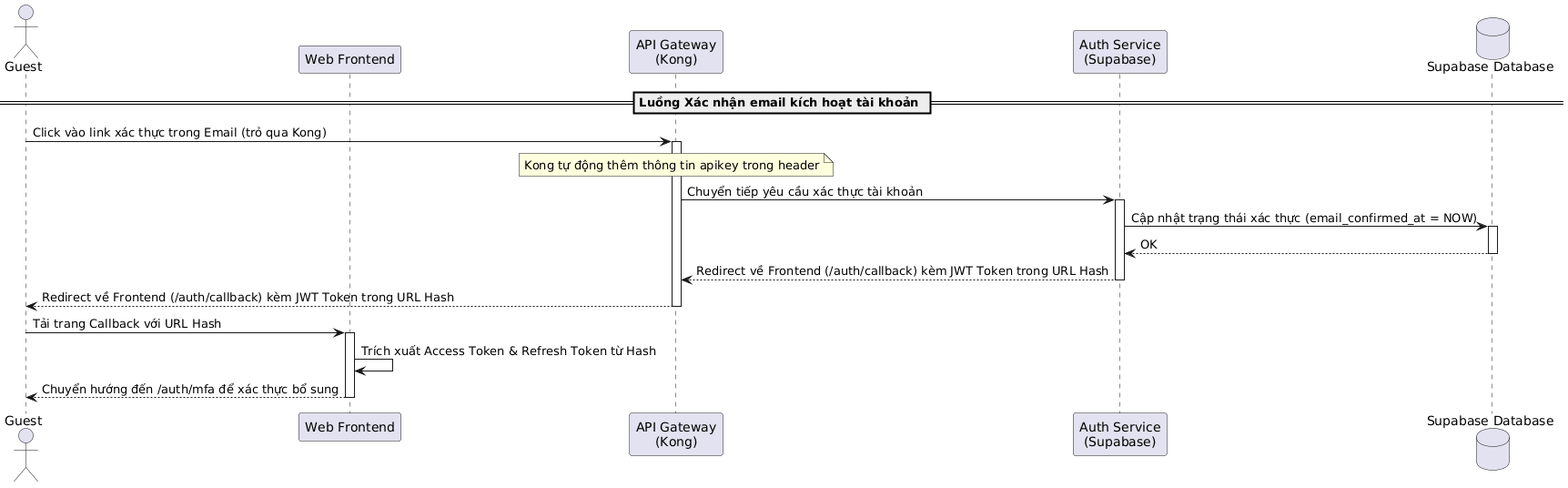
The PlantUML diagram latex/contents/Sequence/UML-Sequence-GuestEmailConfirmation.png in 20206205Tech/docs-latex, before a commit.
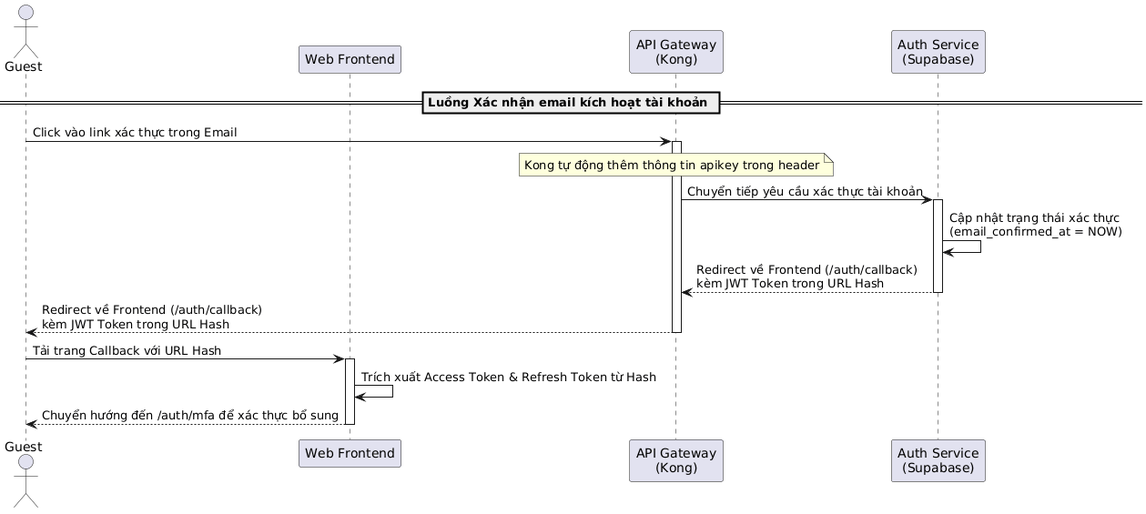
Later version of the same file.

The edit, as a diff of the source:
```diff
@@ -3,28 +3,26 @@
 participant "Web Frontend" as Frontend
 participant "API Gateway\n(Kong)" as Kong
 participant "Auth Service\n(Supabase)" as AuthService
-database "Supabase Database" as DB
 
 == Luồng Xác nhận email kích hoạt tài khoản ==
-Guest -> Kong: Click vào link xác thực trong Email (trỏ qua Kong)
+Guest -> Kong: Click vào link xác thực trong Email
 activate Kong
 note over Kong: Kong tự động thêm thông tin apikey trong header
 
 Kong -> AuthService: Chuyển tiếp yêu cầu xác thực tài khoản
 activate AuthService
 
-AuthService -> DB: Cập nhật trạng thái xác thực (email_confirmed_at = NOW)
-activate DB
-DB --> AuthService: OK
-deactivate DB
+AuthService -> AuthService: Cập nhật trạng thái xác thực\n(email_confirmed_at = NOW)
 
-AuthService --> Kong: Redirect về Frontend (/auth/callback) kèm JWT Token trong URL Hash
+AuthService --> Kong: Redirect về Frontend (/auth/callback)\nkèm JWT Token trong URL Hash
 deactivate AuthService
-Kong --> Guest: Redirect về Frontend (/auth/callback) kèm JWT Token trong URL Hash
+
+Kong --> Guest: Redirect về Frontend (/auth/callback)\nkèm JWT Token trong URL Hash
 deactivate Kong
 
 Guest -> Frontend: Tải trang Callback với URL Hash
 activate Frontend
+
 Frontend -> Frontend: Trích xuất Access Token & Refresh Token từ Hash
 Frontend --> Guest: Chuyển hướng đến /auth/mfa để xác thực bổ sung
 deactivate Frontend
```
